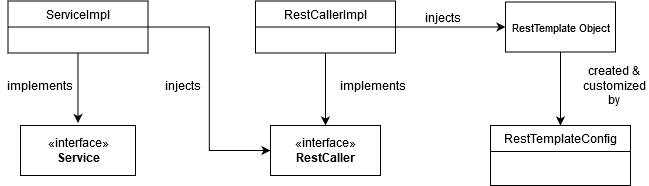
mehmetdurmazz/spring-generic-rest-template keeps this draw.io diagram as screenshots/UML.png. Above is the earlier version. Source tidied: cells renumbered, new cells last; positions are measured from the earlier drawing's top-left corner, leaving out a move shared by most shapes.
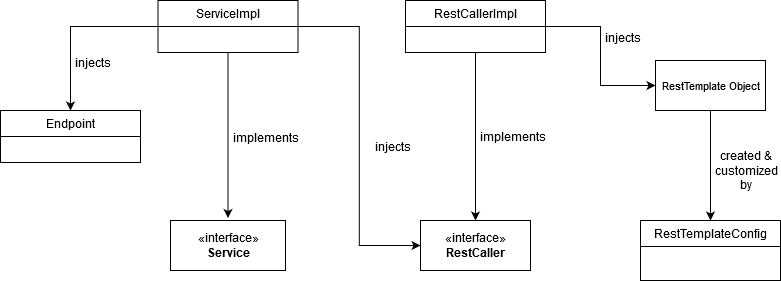
After the change.

Commit message:
UML diagram updated.

Diff of the diagram source:
```diff
@@ -3,39 +3,42 @@
     <mxCell id="0" />
     <mxCell id="1" parent="0" />
     <mxCell id="2" value="implements" style="text;html=1;strokeColor=none;fillColor=none;align=center;verticalAlign=middle;whiteSpace=wrap;rounded=0;" parent="1" vertex="1">
-      <mxGeometry x="330" y="74" width="85" height="20" as="geometry" />
+      <mxGeometry x="350" y="30" width="85" height="20" as="geometry" />
     </mxCell>
     <mxCell id="3" value="injects" style="text;html=1;strokeColor=none;fillColor=none;align=center;verticalAlign=middle;whiteSpace=wrap;rounded=0;" parent="1" vertex="1">
-      <mxGeometry x="140" y="74" width="85" height="20" as="geometry" />
+      <mxGeometry x="-70" y="-44" width="85" height="20" as="geometry" />
     </mxCell>
     <mxCell id="4" value="implements" style="text;html=1;strokeColor=none;fillColor=none;align=center;verticalAlign=middle;whiteSpace=wrap;rounded=0;" parent="1" vertex="1">
-      <mxGeometry y="74" width="79" height="20" as="geometry" />
+      <mxGeometry x="110" y="30.5" width="72" height="20" as="geometry" />
     </mxCell>
     <mxCell id="5" value="created &amp;amp; customized by" style="text;html=1;strokeColor=none;fillColor=none;align=center;verticalAlign=middle;whiteSpace=wrap;rounded=0;" parent="1" vertex="1">
-      <mxGeometry x="580" y="74" width="68" height="20" as="geometry" />
+      <mxGeometry x="592" y="64" width="68" height="20" as="geometry" />
     </mxCell>
     <mxCell id="6" value="&lt;font style=&quot;font-size: 12px&quot;&gt;injects&lt;/font&gt;" style="text;html=1;strokeColor=none;fillColor=none;align=center;verticalAlign=middle;whiteSpace=wrap;rounded=0;" parent="1" vertex="1">
-      <mxGeometry x="400" y="0.5" width="85" height="30" as="geometry" />
+      <mxGeometry x="460" y="-74" width="85" height="30" as="geometry" />
     </mxCell>
     <mxCell id="7" value="«interface»&lt;br&gt;&lt;b&gt;Service&lt;/b&gt;" style="html=1;" parent="1" vertex="1">
-      <mxGeometry x="20" y="124" width="115" height="50" as="geometry" />
+      <mxGeometry x="50" y="124" width="115" height="50" as="geometry" />
     </mxCell>
     <mxCell id="8" value="«interface»&lt;br&gt;&lt;b&gt;RestCaller&lt;/b&gt;" style="html=1;" parent="1" vertex="1">
-      <mxGeometry x="270" y="124" width="110" height="50" as="geometry" />
+      <mxGeometry x="300" y="124" width="110" height="50" as="geometry" />
     </mxCell>
     <mxCell id="9" style="edgeStyle=orthogonalEdgeStyle;rounded=0;jettySize=auto;html=1;" parent="1" edge="1" source="11">
       <mxGeometry relative="1" as="geometry">
-        <mxPoint x="77.5" y="121.5" as="targetPoint" />
+        <mxPoint x="107.5" y="121.5" as="targetPoint" />
       </mxGeometry>
     </mxCell>
     <mxCell id="10" style="edgeStyle=orthogonalEdgeStyle;rounded=0;jettySize=auto;html=1;entryX=0;entryY=0.5;entryDx=0;entryDy=0;" parent="1" edge="1" source="11" target="8">
       <mxGeometry relative="1" as="geometry" />
     </mxCell>
+    <mxCell id="18" style="edgeStyle=orthogonalEdgeStyle;rounded=0;jettySize=auto;html=1;entryX=0.5;entryY=0;entryDx=0;entryDy=0;" parent="1" edge="1" source="11" target="19">
+      <mxGeometry relative="1" as="geometry" />
+    </mxCell>
     <mxCell id="11" value="ServiceImpl" style="swimlane;fontStyle=0;horizontal=1;startSize=26;fillColor=none;" parent="1" vertex="1">
-      <mxGeometry x="7.5" y="-0.5" width="140" height="52" as="geometry" />
+      <mxGeometry x="37.5" y="-96" width="140" height="52" as="geometry" />
     </mxCell>
     <mxCell id="12" value="RestTemplateConfig" style="swimlane;fontStyle=0;horizontal=1;startSize=26;fillColor=none;" parent="1" vertex="1">
-      <mxGeometry x="490" y="124" width="140" height="60" as="geometry" />
+      <mxGeometry x="520" y="124" width="140" height="60" as="geometry" />
     </mxCell>
     <mxCell id="13" style="edgeStyle=orthogonalEdgeStyle;rounded=0;jettySize=auto;html=1;" parent="1" edge="1" source="15" target="8">
       <mxGeometry relative="1" as="geometry" />
@@ -44,15 +47,21 @@
       <mxGeometry relative="1" as="geometry" />
     </mxCell>
     <mxCell id="15" value="RestCallerImpl" style="swimlane;fontStyle=0;horizontal=1;startSize=26;fillColor=none;" parent="1" vertex="1">
-      <mxGeometry x="255" y="-0.5" width="140" height="52" as="geometry" />
+      <mxGeometry x="285" y="-96" width="140" height="52" as="geometry" />
     </mxCell>
     <mxCell id="16" style="edgeStyle=orthogonalEdgeStyle;rounded=0;jettySize=auto;html=1;" parent="1" edge="1" source="17">
       <mxGeometry relative="1" as="geometry">
-        <mxPoint x="560" y="124" as="targetPoint" />
+        <mxPoint x="590" y="124" as="targetPoint" />
       </mxGeometry>
     </mxCell>
     <mxCell id="17" value="&lt;font style=&quot;font-size: 11px&quot;&gt;RestTemplate Object&lt;/font&gt;" style="html=1;" parent="1" vertex="1">
-      <mxGeometry x="505" y="0.5" width="110" height="50" as="geometry" />
+      <mxGeometry x="535" y="-36" width="110" height="50" as="geometry" />
     </mxCell>
+    <mxCell id="19" value="Endpoint" style="swimlane;fontStyle=0;horizontal=1;startSize=26;fillColor=none;" parent="1" vertex="1">
+      <mxGeometry x="-120" y="14" width="140" height="52" as="geometry" />
+    </mxCell>
+    <mxCell id="20" value="injects" style="text;html=1;strokeColor=none;fillColor=none;align=center;verticalAlign=middle;whiteSpace=wrap;rounded=0;" parent="1" vertex="1">
+      <mxGeometry x="230" y="40" width="85" height="20" as="geometry" />
+    </mxCell>
   </root>
 </mxGraphModel>
```
